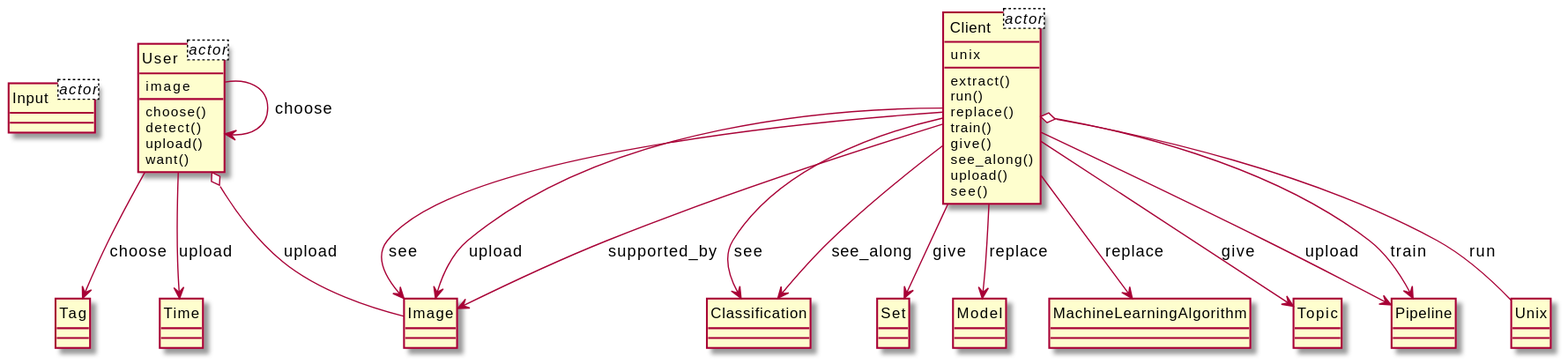
xixixhalu/DomainModelExtractor keeps this PlantUML diagram as output/diagram_5/2016-USC-Project04.svg. Above is the earlier version.
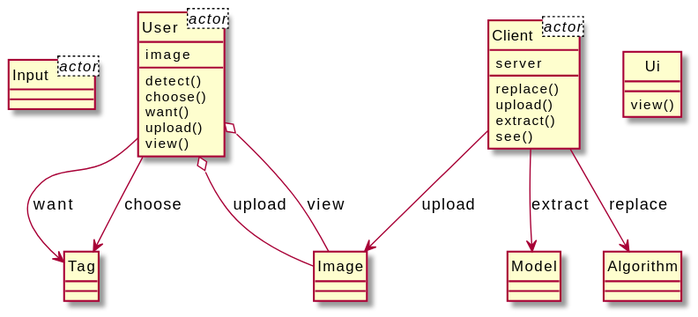
Above is the later version.

The edit, as a diff of the source:
```diff
@@ -6,58 +6,37 @@
 	image
 }
 class Client<actor> {
-	unix
+	server
 }
 class User {
+	detect()
 	choose()
-	detect()
+	want()
 	upload()
-	want()
+	view()
 }
 class Tag {
 }
 class Client {
+	replace()
+	upload()
 	extract()
-	run()
-	replace()
-	train()
-	give()
-	see_along()
-	upload()
 	see()
-}
-class Pipeline {
-}
-class Unix {
-}
-class Classification {
 }
 class Image {
 }
-class Set {
-}
 class Model {
 }
-class MachineLearningAlgorithm {
+class Algorithm {
 }
-class Time {
+class Ui {
+	view()
 }
-class Topic {
-}
-Client --> Classification : see
-Client --> Image : see
-Client --> Classification : see_along
-Client --> Topic : give
-User --> User : choose
-Client --> Pipeline : upload
+Client --> Model : extract
+User o-- Image : upload
+User --> Tag : want
+Client --> Algorithm : replace
+User o-- Image : view
+User --> Tag : choose
 Client --> Image : upload
-User --> Time : upload
-Client --> Model : replace
-Client --> Pipeline : train
-Client o-- Unix : run
-Client --> Image : supported_by
-User --> Tag : choose
-Client --> MachineLearningAlgorithm : replace
-Client --> Set : give
-User o-- Image : upload
 @enduml
```
